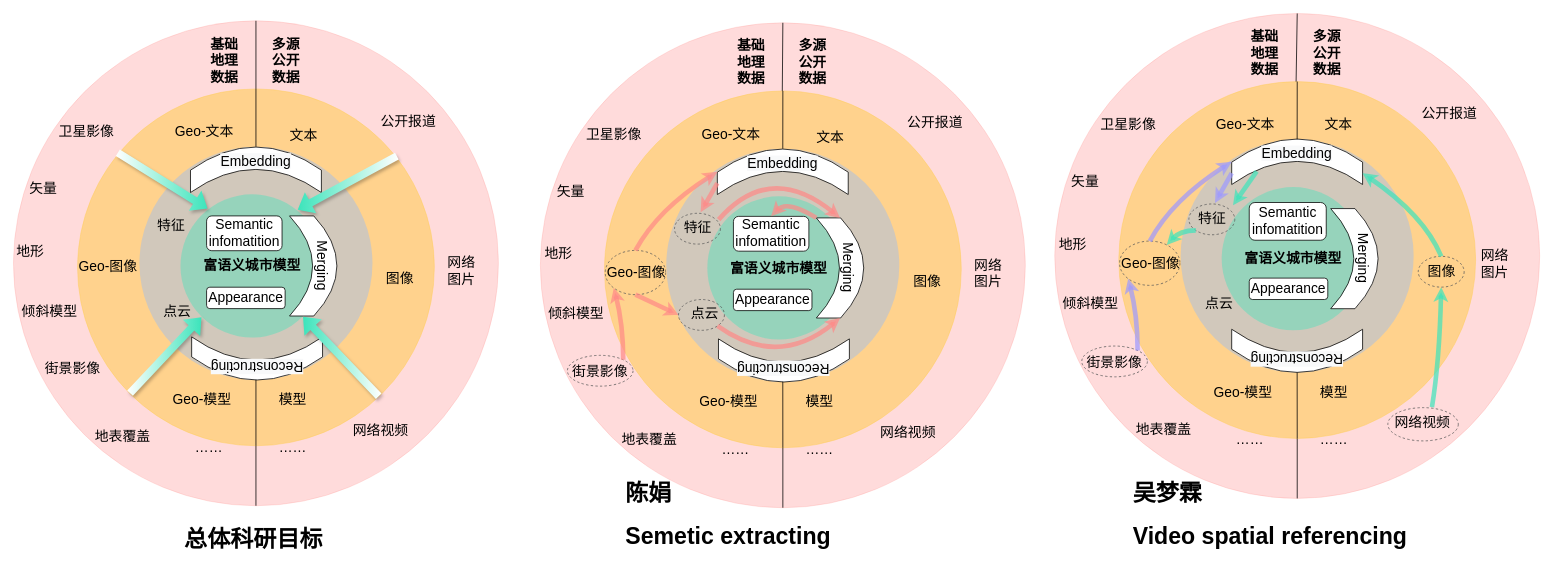
QingrenJia/DrawIO keeps this draw.io diagram as 科研目标.drawio. Above is the earlier version. Source tidied: cells renumbered, new cells numbered last; positions are measured from the earlier drawing's top-left corner, leaving out a move shared by most shapes. Both pictures are drawn from the tidied source at 77%, with x=0, y=0 at pixel (13, 13).
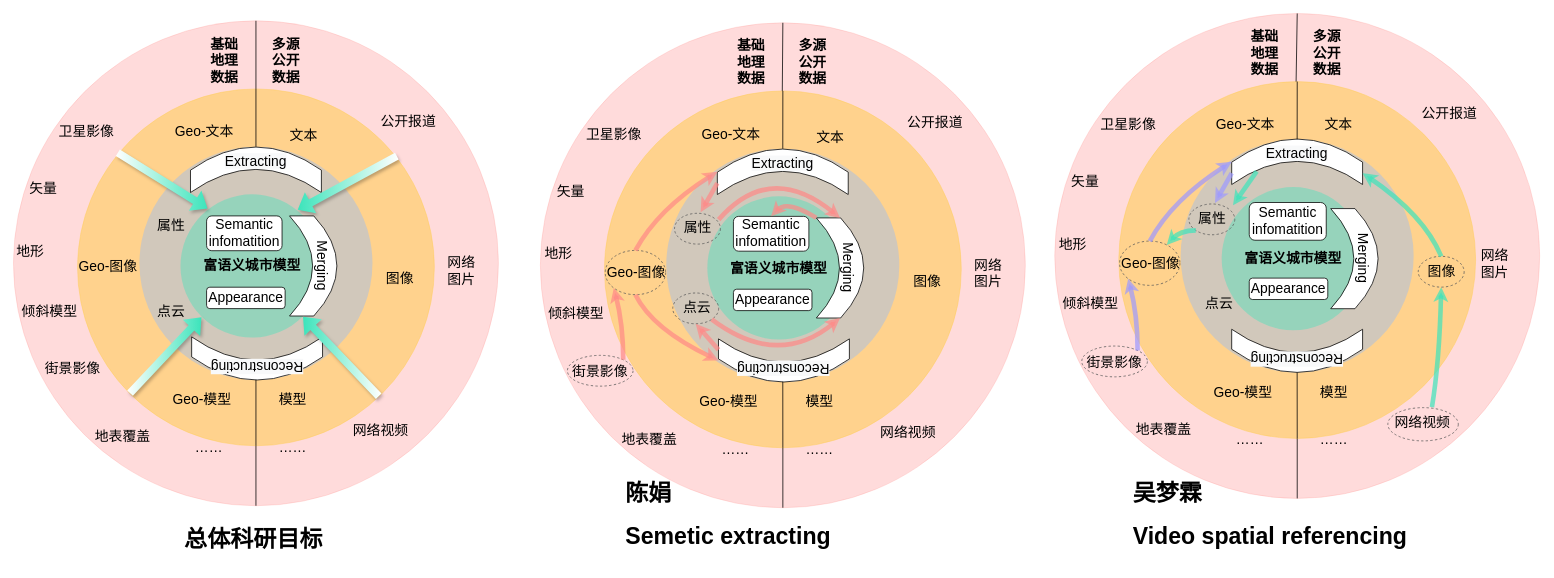
Above is the later version.

Commit message (it also covers changes not shown here):
更新科研目标.drawio

The change refers to these unchanged cells:
```xml
<mxCell id="51" value="&lt;span style=&quot;background-color: rgb(248 , 249 , 250)&quot;&gt;Reconstructing&lt;br&gt;&lt;br&gt;&lt;/span&gt;" style="shape=dataStorage;whiteSpace=wrap;html=1;fixedSize=1;fontSize=18;rotation=-90;size=30;horizontal=0;strokeColor=default;strokeWidth=1;verticalAlign=middle;" parent="1" vertex="1">
  <mxGeometry x="972.6" y="365.6" width="56" height="170" as="geometry" />
</mxCell>
<mxCell id="70" style="ellipse;whiteSpace=wrap;html=1;fontSize=18;fillColor=none;strokeColor=#5a5a5a;labelBackgroundColor=#ffffff;endArrow=classic;rounded=0;endSize=6;startSize=6;strokeWidth=1;dashed=1;" parent="1" vertex="1">
  <mxGeometry x="768.5" y="307.7" width="78.4" height="57.5" as="geometry" />
</mxCell>
```

Diff of the diagram source:
```diff
@@
-    <mxCell id="8" value="&lt;span style=&quot;background-color: rgb(248 , 249 , 250)&quot;&gt;Embedding&lt;br&gt;&lt;br&gt;&lt;/span&gt;" style="shape=dataStorage;whiteSpace=wrap;html=1;fixedSize=1;fontSize=18;rotation=90;size=30;horizontal=0;strokeColor=default;strokeWidth=1;" parent="1" vertex="1">
+    <mxCell id="8" value="&lt;span style=&quot;border-color: var(--border-color); background-color: rgb(248, 249, 250);&quot;&gt;Extracting&lt;br style=&quot;border-color: var(--border-color);&quot;&gt;&lt;/span&gt;&lt;div&gt;&lt;span style=&quot;border-color: var(--border-color); background-color: rgb(248, 249, 250);&quot;&gt;&lt;br&gt;&lt;/span&gt;&lt;/div&gt;" style="shape=dataStorage;whiteSpace=wrap;html=1;fixedSize=1;fontSize=18;rotation=90;size=30;horizontal=0;strokeColor=default;strokeWidth=1;" parent="1" vertex="1">
       <mxGeometry x="1637.6" y="107.6" width="59" height="170" as="geometry" />
     </mxCell>
@@
-    <mxCell id="34" value="&lt;span style=&quot;color: rgb(0, 0, 0); font-family: helvetica; font-size: 18px; font-style: normal; font-weight: 400; letter-spacing: normal; text-indent: 0px; text-transform: none; word-spacing: 0px; display: inline; float: none;&quot;&gt;特征&lt;/span&gt;" style="text;whiteSpace=wrap;html=1;fontSize=18;align=center;labelBackgroundColor=none;" parent="1" vertex="1">
+    <mxCell id="34" value="&lt;span style=&quot;font-family: helvetica;&quot;&gt;属性&lt;/span&gt;" style="text;whiteSpace=wrap;html=1;fontSize=18;align=center;labelBackgroundColor=none;" parent="1" vertex="1">
       <mxGeometry x="1530.3" y="249" width="53.5" height="26.5" as="geometry" />
     </mxCell>
@@
-    <mxCell id="54" value="&lt;span style=&quot;background-color: rgb(248 , 249 , 250)&quot;&gt;Embedding&lt;br&gt;&lt;br&gt;&lt;/span&gt;" style="shape=dataStorage;whiteSpace=wrap;html=1;fixedSize=1;fontSize=18;rotation=90;size=30;horizontal=0;strokeColor=default;strokeWidth=1;" parent="1" vertex="1">
+    <mxCell id="54" value="&lt;span style=&quot;border-color: var(--border-color); background-color: rgb(248, 249, 250);&quot;&gt;Extracting&lt;br style=&quot;border-color: var(--border-color);&quot;&gt;&lt;/span&gt;&lt;div&gt;&lt;span style=&quot;border-color: var(--border-color); background-color: rgb(248, 249, 250);&quot;&gt;&lt;br&gt;&lt;/span&gt;&lt;/div&gt;" style="shape=dataStorage;whiteSpace=wrap;html=1;fixedSize=1;fontSize=18;rotation=90;size=30;horizontal=0;strokeColor=default;strokeWidth=1;" parent="1" vertex="1">
       <mxGeometry x="969.6" y="120.6" width="59" height="170" as="geometry" />
     </mxCell>
@@
     <mxCell id="78" value="&lt;span style=&quot;color: rgb(0, 0, 0); font-family: helvetica; font-size: 18px; font-style: normal; font-weight: 400; letter-spacing: normal; text-indent: 0px; text-transform: none; word-spacing: 0px; display: inline; float: none;&quot;&gt;点云&lt;/span&gt;" style="text;whiteSpace=wrap;html=1;fontSize=18;align=center;labelBackgroundColor=none;" parent="1" vertex="1">
-      <mxGeometry x="877.6" y="372.5" width="40" height="30" as="geometry" />
+      <mxGeometry x="867.6" y="364.5" width="40" height="30" as="geometry" />
     </mxCell>
-    <mxCell id="79" value="&lt;span style=&quot;color: rgb(0, 0, 0); font-family: helvetica; font-size: 18px; font-style: normal; font-weight: 400; letter-spacing: normal; text-indent: 0px; text-transform: none; word-spacing: 0px; display: inline; float: none;&quot;&gt;特征&lt;/span&gt;" style="text;whiteSpace=wrap;html=1;fontSize=18;align=center;labelBackgroundColor=none;" parent="1" vertex="1">
+    <mxCell id="79" value="&lt;font face=&quot;helvetica&quot;&gt;属性&lt;/font&gt;" style="text;whiteSpace=wrap;html=1;fontSize=18;align=center;labelBackgroundColor=none;" parent="1" vertex="1">
       <mxGeometry x="862.3" y="261.1" width="53.5" height="26.5" as="geometry" />
     </mxCell>
@@
-    <mxCell id="88" style="curved=1;endArrow=classic;html=1;rounded=0;fontSize=18;strokeColor=#ff8987;endSize=0;startSize=0;strokeWidth=6;fillColor=#ff8987;exitX=0.5;exitY=1;exitDx=0;exitDy=0;opacity=70;entryX=0;entryY=0.5;entryDx=0;entryDy=0;" parent="1" edge="1" source="70" target="89">
+    <mxCell id="88" style="curved=1;endArrow=classic;html=1;rounded=0;fontSize=18;strokeColor=#ff8987;endSize=0;startSize=0;strokeWidth=6;fillColor=#ff8987;exitX=0.5;exitY=1;exitDx=0;exitDy=0;opacity=70;entryX=0.5;entryY=0;entryDx=0;entryDy=0;" parent="1" edge="1" source="70" target="51">
       <mxGeometry relative="1" as="geometry">
         <Array as="points">
-          <mxPoint x="842.5" y="381.6" />
+          <mxPoint x="830" y="410" />
         </Array>
       </mxGeometry>
     </mxCell>
     <mxCell id="89" style="ellipse;whiteSpace=wrap;html=1;fontSize=18;fillColor=none;strokeColor=#5a5a5a;labelBackgroundColor=#ffffff;endArrow=classic;rounded=0;endSize=6;startSize=6;strokeWidth=1;dashed=1;" parent="1" vertex="1">
-      <mxGeometry x="863.7" y="371.5" width="59.6" height="40" as="geometry" />
+      <mxGeometry x="856.2" y="363" width="59.6" height="40" as="geometry" />
     </mxCell>
@@
-    <mxCell id="99" value="&lt;span style=&quot;background-color: rgb(248 , 249 , 250)&quot;&gt;Embedding&lt;br&gt;&lt;br&gt;&lt;/span&gt;" style="shape=dataStorage;whiteSpace=wrap;html=1;fixedSize=1;fontSize=18;rotation=90;size=30;horizontal=0;strokeColor=default;strokeWidth=1;" parent="1" vertex="1">
+    <mxCell id="99" value="&lt;span style=&quot;background-color: rgb(248 , 249 , 250)&quot;&gt;Extracting&lt;br&gt;&lt;/span&gt;&lt;div&gt;&lt;span style=&quot;background-color: rgb(248 , 249 , 250)&quot;&gt;&lt;br&gt;&lt;/span&gt;&lt;/div&gt;" style="shape=dataStorage;whiteSpace=wrap;html=1;fixedSize=1;fontSize=18;rotation=90;size=30;horizontal=0;strokeColor=default;strokeWidth=1;" parent="1" vertex="1">
       <mxGeometry x="285.4" y="118" width="59" height="170" as="geometry" />
     </mxCell>
@@
     <mxCell id="118" value="&lt;span style=&quot;color: rgb(0, 0, 0); font-family: helvetica; font-size: 18px; font-style: normal; font-weight: 400; letter-spacing: normal; text-indent: 0px; text-transform: none; word-spacing: 0px; display: inline; float: none;&quot;&gt;点云&lt;/span&gt;" style="text;whiteSpace=wrap;html=1;fontSize=18;align=center;labelBackgroundColor=none;" parent="1" vertex="1">
-      <mxGeometry x="193.4" y="369.9" width="40" height="30" as="geometry" />
+      <mxGeometry x="184.8" y="369.9" width="40" height="30" as="geometry" />
     </mxCell>
-    <mxCell id="119" value="&lt;span style=&quot;color: rgb(0, 0, 0); font-family: helvetica; font-size: 18px; font-style: normal; font-weight: 400; letter-spacing: normal; text-indent: 0px; text-transform: none; word-spacing: 0px; display: inline; float: none;&quot;&gt;特征&lt;/span&gt;" style="text;whiteSpace=wrap;html=1;fontSize=18;align=center;labelBackgroundColor=none;" parent="1" vertex="1">
+    <mxCell id="119" value="&lt;span style=&quot;font-family: helvetica;&quot;&gt;属性&lt;/span&gt;" style="text;whiteSpace=wrap;html=1;fontSize=18;align=center;labelBackgroundColor=none;" parent="1" vertex="1">
       <mxGeometry x="178.1" y="258.5" width="53.5" height="26.5" as="geometry" />
     </mxCell>
@@
     <mxCell id="127" value="&lt;h1 style=&quot;font-size: 30px&quot;&gt;&lt;font style=&quot;font-size: 30px&quot;&gt;陈娟&lt;/font&gt;&lt;/h1&gt;&lt;h1 style=&quot;font-size: 30px&quot;&gt;&lt;font style=&quot;font-size: 30px&quot;&gt;Semetic extracting&lt;/font&gt;&lt;/h1&gt;" style="text;html=1;strokeColor=none;fillColor=none;spacing=5;spacingTop=-20;whiteSpace=wrap;overflow=hidden;rounded=0;fontSize=18;" parent="1" vertex="1">
-      <mxGeometry x="789.8" y="595" width="404" height="120" as="geometry" />
+      <mxGeometry x="789.8" y="595" width="300.2" height="120" as="geometry" />
     </mxCell>
     <mxCell id="128" value="&lt;h1 style=&quot;font-size: 30px&quot;&gt;&lt;font style=&quot;font-size: 30px&quot;&gt;吴梦霖&lt;/font&gt;&lt;/h1&gt;&lt;h1 style=&quot;font-size: 30px&quot;&gt;&lt;font style=&quot;font-size: 30px&quot;&gt;Video spatial referencing&lt;/font&gt;&lt;/h1&gt;&lt;h1 style=&quot;font-size: 30px&quot;&gt;&lt;p&gt;&lt;br style=&quot;font-weight: 400&quot;&gt;&lt;/p&gt;&lt;/h1&gt;" style="text;html=1;strokeColor=none;fillColor=none;spacing=5;spacingTop=-20;whiteSpace=wrap;overflow=hidden;rounded=0;fontSize=18;" parent="1" vertex="1">
-      <mxGeometry x="1448.8" y="595" width="455.6" height="120" as="geometry" />
+      <mxGeometry x="1448.8" y="595" width="391.2" height="120" as="geometry" />
     </mxCell>
@@
+    <mxCell id="134" style="curved=1;endArrow=classic;html=1;rounded=0;fontSize=18;entryX=0.5;entryY=1;entryDx=0;entryDy=0;strokeColor=#ff8987;endSize=0;startSize=0;strokeWidth=6;fillColor=#ff8987;exitX=0.75;exitY=0;exitDx=0;exitDy=0;opacity=70;" parent="1" edge="1" source="51" target="89">
+      <mxGeometry relative="1" as="geometry" />
+    </mxCell>
```
